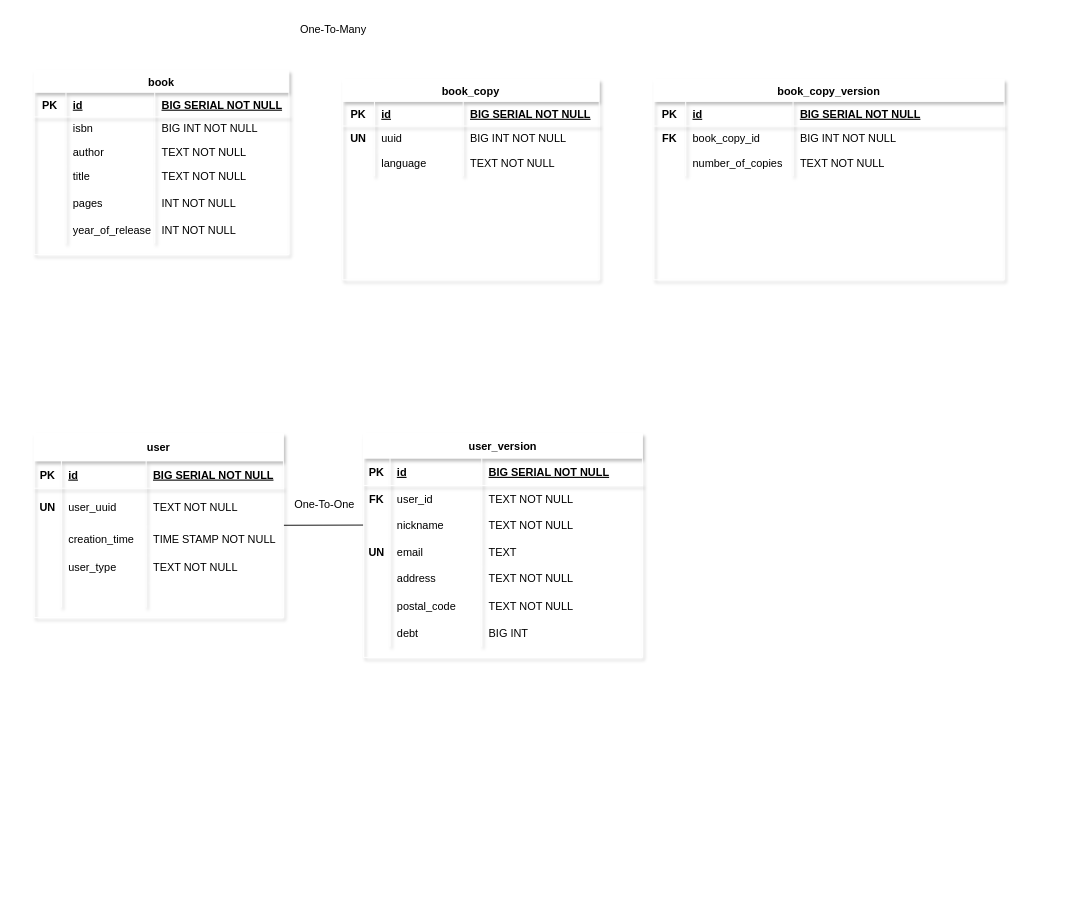
Above: src/main/resources/static/Diagram bez tytułu.drawio in rafalm123/library-monolith (draw.io), before the change. Source tidied: cells renumbered, new cells numbered last; positions are measured from the earlier drawing's top-left corner, leaving out a move shared by most shapes. Both pictures are drawn from the tidied source at 91%, with x=0, y=0 at pixel (34, 15).
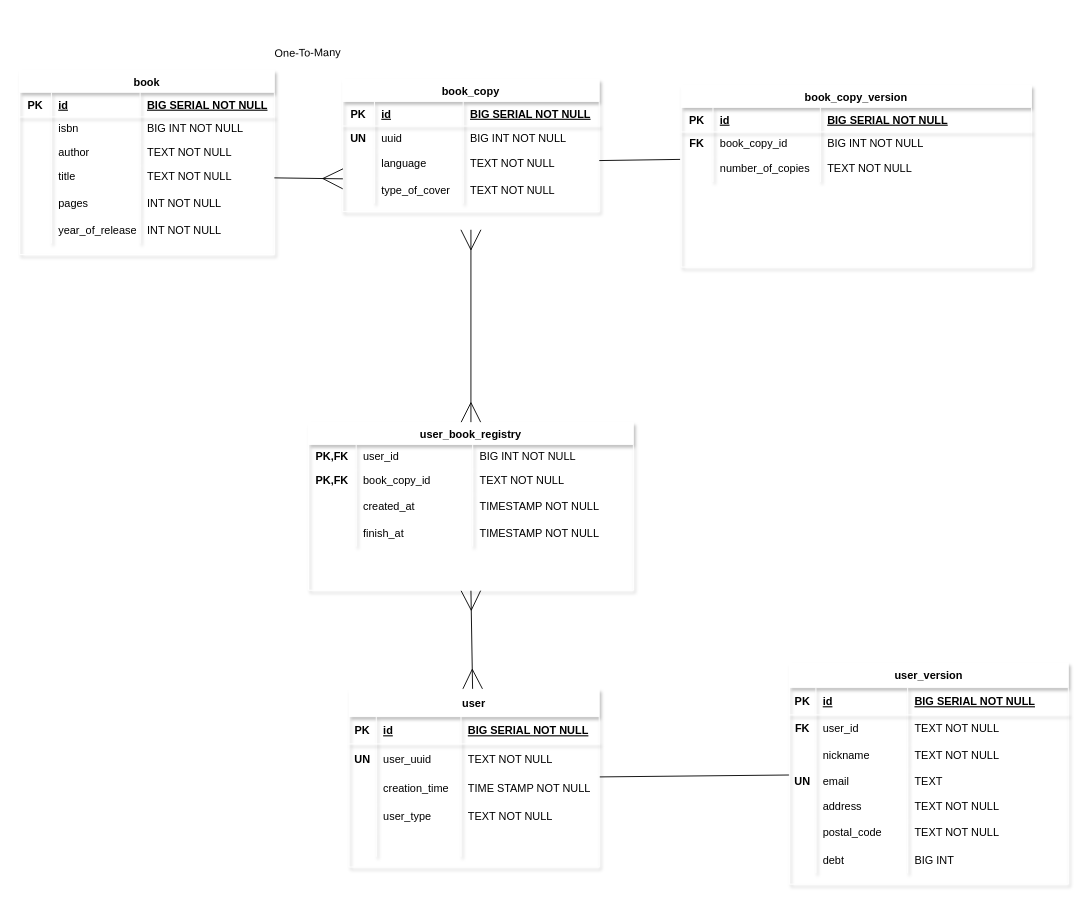
The same diagram, later.

Unchanged cells that the change refers to:
```xml
<mxCell id="15" style="shape=tableRow;horizontal=0;startSize=0;swimlaneHead=0;swimlaneBody=0;fillColor=none;points=[[0,0.5],[1,0.5]];portConstraint=eastwest;top=0;left=0;right=0;bottom=0;shadow=1;strokeColor=#FFFFFF;" parent="2" vertex="1">
  <mxGeometry y="102" width="280" height="28" as="geometry" />
</mxCell>
<mxCell id="58" style="shape=tableRow;horizontal=0;startSize=0;swimlaneHead=0;swimlaneBody=0;fillColor=none;points=[[0,0.5],[1,0.5]];portConstraint=eastwest;top=0;left=0;right=0;bottom=0;shadow=1;strokeColor=#FFFFFF;" parent="49" vertex="1">
  <mxGeometry y="86" width="306.5" height="29" as="geometry" />
</mxCell>
<mxCell id="89" style="shape=tableRow;horizontal=0;startSize=0;swimlaneHead=0;swimlaneBody=0;fillColor=none;points=[[0,0.5],[1,0.5]];portConstraint=eastwest;top=0;left=0;right=0;bottom=0;shadow=1;strokeColor=#FFFFFF;" parent="80" vertex="1">
  <mxGeometry y="76" width="385" height="30" as="geometry" />
</mxCell>
<mxCell id="102" style="shape=tableRow;horizontal=0;startSize=0;swimlaneHead=0;swimlaneBody=0;fillColor=none;points=[[0,0.5],[1,0.5]];portConstraint=eastwest;top=0;left=0;right=0;bottom=0;shadow=1;strokeColor=#FFFFFF;" parent="93" vertex="1">
  <mxGeometry y="76" width="282" height="30" as="geometry" />
</mxCell>
```

The edit, as a diff of the source:
```diff
@@
     <mxCell id="2" value="book" style="shape=table;startSize=24;childLayout=tableLayout;rowLines=0;fontStyle=1;align=center;shadow=1;strokeColor=#FFFFFF;fillColor=default;" parent="1" vertex="1">
-      <mxGeometry y="60" width="280" height="202.2" as="geometry" />
+      <mxGeometry x="-16" y="60" width="280" height="202.2" as="geometry" />
     </mxCell>
@@
-    <mxCell id="27" style="edgeStyle=none;rounded=0;jettySize=auto;html=1;entryX=0;entryY=0.5;entryDx=0;entryDy=0;strokeColor=#000000;endArrow=none;endFill=0;" parent="1" edge="1" source="28" target="58">
+    <mxCell id="27" style="edgeStyle=none;rounded=0;jettySize=auto;html=1;strokeColor=#000000;endArrow=none;endFill=0;" parent="1" edge="1" source="28" target="49">
       <mxGeometry relative="1" as="geometry" />
     </mxCell>
+    <mxCell id="106" style="edgeStyle=none;rounded=0;jettySize=auto;html=1;strokeColor=#000000;strokeWidth=1;endArrow=ERmany;endFill=0;endSize=20;entryX=0.5;entryY=1;entryDx=0;entryDy=0;startArrow=ERmany;startFill=0;startSize=20;" parent="1" edge="1" source="28" target="114">
+      <mxGeometry relative="1" as="geometry" />
+    </mxCell>
     <mxCell id="28" value="user" style="shape=table;startSize=30;childLayout=tableLayout;rowLines=0;fontStyle=1;align=center;shadow=1;strokeColor=#FFFFFF;fillColor=default;" parent="1" vertex="1">
-      <mxGeometry y="459" width="274" height="202.1" as="geometry" />
+      <mxGeometry x="346" y="740" width="275" height="195.3" as="geometry" />
     </mxCell>
     <mxCell id="29" style="shape=tableRow;horizontal=0;startSize=0;swimlaneHead=0;swimlaneBody=0;fillColor=none;top=0;left=0;right=0;bottom=1;shadow=1;strokeColor=#FFFFFF;" parent="28" vertex="1">
-      <mxGeometry y="30" width="274" height="30" as="geometry" />
+      <mxGeometry y="30" width="275" height="30" as="geometry" />
     </mxCell>
@@
     <mxCell id="32" value="BIG SERIAL NOT NULL" style="shape=partialRectangle;fillColor=none;top=0;left=0;bottom=0;right=0;align=left;spacingLeft=6;fontStyle=5;overflow=hidden;shadow=1;strokeColor=#FFFFFF;" parent="29" vertex="1">
-      <mxGeometry x="123.1" width="150.9" height="30" as="geometry" />
+      <mxGeometry x="123.1" width="151.9" height="30" as="geometry" />
     </mxCell>
     <mxCell id="33" style="shape=tableRow;horizontal=0;startSize=0;swimlaneHead=0;swimlaneBody=0;fillColor=none;top=0;left=0;right=0;bottom=0;shadow=1;strokeColor=#FFFFFF;" parent="28" vertex="1">
-      <mxGeometry y="60" width="274" height="40" as="geometry" />
+      <mxGeometry y="60" width="275" height="33" as="geometry" />
     </mxCell>
     <mxCell id="34" value="UN" style="shape=partialRectangle;fillColor=none;top=0;left=0;bottom=0;right=0;overflow=hidden;shadow=1;strokeColor=#FFFFFF;fontStyle=1;" parent="33" vertex="1">
-      <mxGeometry width="30" height="40" as="geometry" />
+      <mxGeometry width="30" height="33" as="geometry" />
     </mxCell>
     <mxCell id="35" value="user_uuid" style="shape=partialRectangle;fillColor=none;top=0;left=0;bottom=0;right=0;align=left;spacingLeft=6;overflow=hidden;shadow=1;strokeColor=#FFFFFF;" parent="33" vertex="1">
-      <mxGeometry x="30" width="93.1" height="40" as="geometry" />
+      <mxGeometry x="30" width="93.1" height="33" as="geometry" />
     </mxCell>
     <mxCell id="36" value="TEXT NOT NULL" style="shape=partialRectangle;fillColor=none;top=0;left=0;bottom=0;right=0;align=left;spacingLeft=6;overflow=hidden;shadow=1;strokeColor=#FFFFFF;" parent="33" vertex="1">
-      <mxGeometry x="123.1" width="150.9" height="40" as="geometry" />
+      <mxGeometry x="123.1" width="151.9" height="33" as="geometry" />
     </mxCell>
     <mxCell id="37" style="shape=tableRow;horizontal=0;startSize=0;swimlaneHead=0;swimlaneBody=0;fillColor=none;top=0;left=0;right=0;bottom=0;shadow=1;strokeColor=#FFFFFF;" parent="28" vertex="1">
-      <mxGeometry y="100" width="274" height="31" as="geometry" />
+      <mxGeometry y="93" width="275" height="31" as="geometry" />
     </mxCell>
@@
     <mxCell id="40" value="TIME STAMP NOT NULL" style="shape=partialRectangle;fillColor=none;top=0;left=0;bottom=0;right=0;align=left;spacingLeft=6;overflow=hidden;shadow=1;strokeColor=#FFFFFF;" parent="37" vertex="1">
-      <mxGeometry x="123.1" width="150.9" height="31" as="geometry" />
+      <mxGeometry x="123.1" width="151.9" height="31" as="geometry" />
     </mxCell>
     <mxCell id="41" style="shape=tableRow;horizontal=0;startSize=0;swimlaneHead=0;swimlaneBody=0;fillColor=none;top=0;left=0;right=0;bottom=0;shadow=1;strokeColor=#FFFFFF;" parent="28" vertex="1">
-      <mxGeometry y="131" width="274" height="30" as="geometry" />
+      <mxGeometry y="124" width="275" height="30" as="geometry" />
     </mxCell>
@@
     <mxCell id="44" value="TEXT NOT NULL" style="shape=partialRectangle;fillColor=none;top=0;left=0;bottom=0;right=0;align=left;spacingLeft=6;overflow=hidden;shadow=1;strokeColor=#FFFFFF;" parent="41" vertex="1">
-      <mxGeometry x="123.1" width="150.9" height="30" as="geometry" />
+      <mxGeometry x="123.1" width="151.9" height="30" as="geometry" />
     </mxCell>
     <mxCell id="45" style="shape=tableRow;horizontal=0;startSize=0;swimlaneHead=0;swimlaneBody=0;fillColor=none;top=0;left=0;right=0;bottom=0;shadow=1;strokeColor=#FFFFFF;" parent="28" vertex="1">
-      <mxGeometry y="161" width="274" height="30" as="geometry" />
+      <mxGeometry y="154" width="275" height="30" as="geometry" />
     </mxCell>
@@
     <mxCell id="48" style="shape=partialRectangle;fillColor=none;top=0;left=0;bottom=0;right=0;align=left;spacingLeft=6;overflow=hidden;shadow=1;strokeColor=#FFFFFF;" parent="45" vertex="1">
-      <mxGeometry x="123.1" width="150.9" height="30" as="geometry" />
+      <mxGeometry x="123.1" width="151.9" height="30" as="geometry" />
     </mxCell>
     <mxCell id="49" value="user_version" style="shape=table;startSize=27;childLayout=tableLayout;rowLines=0;fontStyle=1;align=center;shadow=1;strokeColor=#FFFFFF;fillColor=default;" parent="1" vertex="1">
-      <mxGeometry x="362" y="459" width="306.5" height="245.9" as="geometry" />
+      <mxGeometry x="830" y="711.1" width="306.5" height="243" as="geometry" />
     </mxCell>
@@
     <mxCell id="66" style="shape=tableRow;horizontal=0;startSize=0;swimlaneHead=0;swimlaneBody=0;fillColor=none;top=0;left=0;right=0;bottom=0;shadow=1;strokeColor=#FFFFFF;" parent="49" vertex="1">
-      <mxGeometry y="144" width="306.5" height="30" as="geometry" />
+      <mxGeometry y="144" width="306.5" height="27" as="geometry" />
     </mxCell>
     <mxCell id="67" style="shape=partialRectangle;fillColor=none;top=0;left=0;bottom=0;right=0;overflow=hidden;shadow=1;strokeColor=#FFFFFF;" parent="66" vertex="1">
-      <mxGeometry width="29.1" height="30" as="geometry" />
+      <mxGeometry width="29.1" height="27" as="geometry" />
     </mxCell>
     <mxCell id="68" value="address" style="shape=partialRectangle;fillColor=none;top=0;left=0;bottom=0;right=0;align=left;spacingLeft=6;overflow=hidden;shadow=1;strokeColor=#FFFFFF;" parent="66" vertex="1">
-      <mxGeometry x="29.1" width="100.8" height="30" as="geometry" />
+      <mxGeometry x="29.1" width="100.8" height="27" as="geometry" />
     </mxCell>
     <mxCell id="69" value="TEXT NOT NULL" style="shape=partialRectangle;fillColor=none;top=0;left=0;bottom=0;right=0;align=left;spacingLeft=6;overflow=hidden;shadow=1;strokeColor=#FFFFFF;" parent="66" vertex="1">
-      <mxGeometry x="129.9" width="176.6" height="30" as="geometry" />
+      <mxGeometry x="129.9" width="176.6" height="27" as="geometry" />
     </mxCell>
     <mxCell id="70" style="shape=tableRow;horizontal=0;startSize=0;swimlaneHead=0;swimlaneBody=0;fillColor=none;top=0;left=0;right=0;bottom=0;shadow=1;strokeColor=#FFFFFF;" parent="49" vertex="1">
-      <mxGeometry y="174" width="306.5" height="30" as="geometry" />
+      <mxGeometry y="171" width="306.5" height="30" as="geometry" />
     </mxCell>
@@
     <mxCell id="74" style="shape=tableRow;horizontal=0;startSize=0;swimlaneHead=0;swimlaneBody=0;fillColor=none;top=0;left=0;right=0;bottom=0;shadow=1;strokeColor=#FFFFFF;" parent="49" vertex="1">
-      <mxGeometry y="204" width="306.5" height="30" as="geometry" />
+      <mxGeometry y="201" width="306.5" height="30" as="geometry" />
     </mxCell>
@@
-    <mxCell id="78" value="One-To-One&amp;nbsp;" style="text;html=1;strokeColor=none;fillColor=none;align=center;verticalAlign=middle;whiteSpace=wrap;rounded=0;" parent="1" vertex="1">
-      <mxGeometry x="269" y="522" width="104" height="30" as="geometry" />
-    </mxCell>
-    <mxCell id="79" value="One-To-Many" style="text;html=1;strokeColor=none;fillColor=none;align=center;verticalAlign=middle;whiteSpace=wrap;rounded=0;" parent="1" vertex="1">
-      <mxGeometry x="248" width="162" height="30" as="geometry" />
+    <mxCell id="79" value="One-To-Many" style="text;html=1;strokeColor=none;fillColor=none;align=center;verticalAlign=middle;whiteSpace=wrap;rounded=0;rotation=-1;" parent="1" vertex="1">
+      <mxGeometry x="259" y="21" width="84" height="39" as="geometry" />
     </mxCell>
     <mxCell id="80" value="book_copy_version" style="shape=table;startSize=24;childLayout=tableLayout;rowLines=0;fontStyle=1;align=center;shadow=1;strokeColor=#FFFFFF;fillColor=default;" parent="1" vertex="1">
-      <mxGeometry x="681" y="70" width="385" height="220" as="geometry" />
+      <mxGeometry x="711" y="76.5" width="385" height="199.5" as="geometry" />
     </mxCell>
@@
+    <mxCell id="107" style="edgeStyle=none;rounded=0;jettySize=auto;html=1;entryX=0.5;entryY=0;entryDx=0;entryDy=0;strokeColor=#000000;strokeWidth=1;endArrow=ERmany;endFill=0;endSize=20;startArrow=ERmany;startFill=0;targetPerimeterSpacing=20;sourcePerimeterSpacing=20;startSize=20;" parent="1" edge="1" source="93" target="114">
+      <mxGeometry relative="1" as="geometry" />
+    </mxCell>
     <mxCell id="93" value="book_copy" style="shape=table;startSize=24;childLayout=tableLayout;rowLines=0;fontStyle=1;align=center;shadow=1;strokeColor=#FFFFFF;fillColor=default;" parent="1" vertex="1">
-      <mxGeometry x="339" y="70" width="282" height="220" as="geometry" />
+      <mxGeometry x="339" y="70" width="282" height="145" as="geometry" />
     </mxCell>
@@
+    <mxCell id="108" style="shape=tableRow;horizontal=0;startSize=0;swimlaneHead=0;swimlaneBody=0;fillColor=none;points=[[0,0.5],[1,0.5]];portConstraint=eastwest;top=0;left=0;right=0;bottom=0;shadow=1;strokeColor=#FFFFFF;" parent="93" vertex="1">
+      <mxGeometry y="106" width="282" height="30" as="geometry" />
+    </mxCell>
+    <mxCell id="109" style="shape=partialRectangle;fillColor=none;top=0;left=0;bottom=0;right=0;overflow=hidden;shadow=1;strokeColor=#FFFFFF;" parent="108" vertex="1">
+      <mxGeometry width="35" height="30" as="geometry" />
+    </mxCell>
+    <mxCell id="110" value="type_of_cover" style="shape=partialRectangle;fillColor=none;top=0;left=0;bottom=0;right=0;align=left;spacingLeft=6;overflow=hidden;shadow=1;strokeColor=#FFFFFF;" parent="108" vertex="1">
+      <mxGeometry x="35" width="97.5" height="30" as="geometry" />
+    </mxCell>
+    <mxCell id="111" value="TEXT NOT NULL" style="shape=partialRectangle;fillColor=none;top=0;left=0;bottom=0;right=0;align=left;spacingLeft=6;overflow=hidden;shadow=1;strokeColor=#FFFFFF;" parent="108" vertex="1">
+      <mxGeometry x="132.5" width="149.5" height="30" as="geometry" />
+    </mxCell>
+    <mxCell id="112" style="edgeStyle=none;rounded=0;jettySize=auto;html=1;entryX=0.001;entryY=0.1;entryDx=0;entryDy=0;entryPerimeter=0;strokeColor=#000000;endArrow=ERmany;endFill=0;endSize=20;" parent="1" edge="1" source="15" target="108">
+      <mxGeometry relative="1" as="geometry" />
+    </mxCell>
+    <mxCell id="113" style="edgeStyle=none;rounded=0;jettySize=auto;html=1;entryX=-0.003;entryY=0.172;entryDx=0;entryDy=0;entryPerimeter=0;strokeColor=#000000;strokeWidth=1;endArrow=none;endFill=0;endSize=20;" parent="1" edge="1" source="102" target="89">
+      <mxGeometry relative="1" as="geometry" />
+    </mxCell>
+    <mxCell id="114" value="user_book_registry" style="shape=table;startSize=24;childLayout=tableLayout;rowLines=0;fontStyle=1;align=center;shadow=1;strokeColor=#FFFFFF;fillColor=default;" parent="1" vertex="1">
+      <mxGeometry x="301.5" y="447" width="357" height="184.1" as="geometry" />
+    </mxCell>
+    <mxCell id="115" style="shape=tableRow;horizontal=0;startSize=0;swimlaneHead=0;swimlaneBody=0;fillColor=none;top=0;left=0;right=0;bottom=0;shadow=1;strokeColor=#FFFFFF;" parent="114" vertex="1">
+      <mxGeometry y="24" width="357" height="25" as="geometry" />
+    </mxCell>
+    <mxCell id="116" value="PK,FK" style="shape=partialRectangle;fillColor=none;top=0;left=0;bottom=0;right=0;overflow=hidden;shadow=1;strokeColor=#FFFFFF;fontStyle=1;" parent="115" vertex="1">
+      <mxGeometry width="52.4" height="25" as="geometry" />
+    </mxCell>
+    <mxCell id="117" value="user_id" style="shape=partialRectangle;fillColor=none;top=0;left=0;bottom=0;right=0;align=left;spacingLeft=6;overflow=hidden;shadow=1;strokeColor=#FFFFFF;" parent="115" vertex="1">
+      <mxGeometry x="52.4" width="128" height="25" as="geometry" />
+    </mxCell>
+    <mxCell id="118" value="BIG INT NOT NULL" style="shape=partialRectangle;fillColor=none;top=0;left=0;bottom=0;right=0;align=left;spacingLeft=6;overflow=hidden;shadow=1;strokeColor=#FFFFFF;" parent="115" vertex="1">
+      <mxGeometry x="180.4" width="176.6" height="25" as="geometry" />
+    </mxCell>
+    <mxCell id="119" style="shape=tableRow;horizontal=0;startSize=0;swimlaneHead=0;swimlaneBody=0;fillColor=none;top=0;left=0;right=0;bottom=0;shadow=1;strokeColor=#FFFFFF;" parent="114" vertex="1">
+      <mxGeometry y="49" width="357" height="27" as="geometry" />
+    </mxCell>
+    <mxCell id="120" value="PK,FK" style="shape=partialRectangle;fillColor=none;top=0;left=0;bottom=0;right=0;overflow=hidden;shadow=1;strokeColor=#FFFFFF;fontStyle=1;" parent="119" vertex="1">
+      <mxGeometry width="52.4" height="27" as="geometry" />
+    </mxCell>
+    <mxCell id="121" value="book_copy_id" style="shape=partialRectangle;fillColor=none;top=0;left=0;bottom=0;right=0;align=left;spacingLeft=6;overflow=hidden;shadow=1;strokeColor=#FFFFFF;" parent="119" vertex="1">
+      <mxGeometry x="52.4" width="128" height="27" as="geometry" />
+    </mxCell>
+    <mxCell id="122" value="TEXT NOT NULL" style="shape=partialRectangle;fillColor=none;top=0;left=0;bottom=0;right=0;align=left;spacingLeft=6;overflow=hidden;shadow=1;strokeColor=#FFFFFF;" parent="119" vertex="1">
+      <mxGeometry x="180.4" width="176.6" height="27" as="geometry" />
+    </mxCell>
+    <mxCell id="123" style="shape=tableRow;horizontal=0;startSize=0;swimlaneHead=0;swimlaneBody=0;fillColor=none;top=0;left=0;right=0;bottom=0;shadow=1;strokeColor=#FFFFFF;" parent="114" vertex="1">
+      <mxGeometry y="76" width="357" height="30" as="geometry" />
+    </mxCell>
+    <mxCell id="124" style="shape=partialRectangle;fillColor=none;top=0;left=0;bottom=0;right=0;overflow=hidden;shadow=1;strokeColor=#FFFFFF;" parent="123" vertex="1">
+      <mxGeometry width="52.4" height="30" as="geometry" />
+    </mxCell>
+    <mxCell id="125" value="created_at" style="shape=partialRectangle;fillColor=none;top=0;left=0;bottom=0;right=0;align=left;spacingLeft=6;overflow=hidden;shadow=1;strokeColor=#FFFFFF;" parent="123" vertex="1">
+      <mxGeometry x="52.4" width="128" height="30" as="geometry" />
+    </mxCell>
+    <mxCell id="126" value="TIMESTAMP NOT NULL" style="shape=partialRectangle;fillColor=none;top=0;left=0;bottom=0;right=0;align=left;spacingLeft=6;overflow=hidden;shadow=1;strokeColor=#FFFFFF;" parent="123" vertex="1">
+      <mxGeometry x="180.4" width="176.6" height="30" as="geometry" />
+    </mxCell>
+    <mxCell id="127" style="shape=tableRow;horizontal=0;startSize=0;swimlaneHead=0;swimlaneBody=0;fillColor=none;top=0;left=0;right=0;bottom=0;shadow=1;strokeColor=#FFFFFF;" parent="114" vertex="1">
+      <mxGeometry y="106" width="357" height="30" as="geometry" />
+    </mxCell>
+    <mxCell id="128" style="shape=partialRectangle;fillColor=none;top=0;left=0;bottom=0;right=0;overflow=hidden;shadow=1;strokeColor=#FFFFFF;" parent="127" vertex="1">
+      <mxGeometry width="52.4" height="30" as="geometry" />
+    </mxCell>
+    <mxCell id="129" value="finish_at" style="shape=partialRectangle;fillColor=none;top=0;left=0;bottom=0;right=0;align=left;spacingLeft=6;overflow=hidden;shadow=1;strokeColor=#FFFFFF;" parent="127" vertex="1">
+      <mxGeometry x="52.4" width="128" height="30" as="geometry" />
+    </mxCell>
+    <mxCell id="130" value="TIMESTAMP NOT NULL" style="shape=partialRectangle;fillColor=none;top=0;left=0;bottom=0;right=0;align=left;spacingLeft=6;overflow=hidden;shadow=1;strokeColor=#FFFFFF;" parent="127" vertex="1">
+      <mxGeometry x="180.4" width="176.6" height="30" as="geometry" />
+    </mxCell>
```
